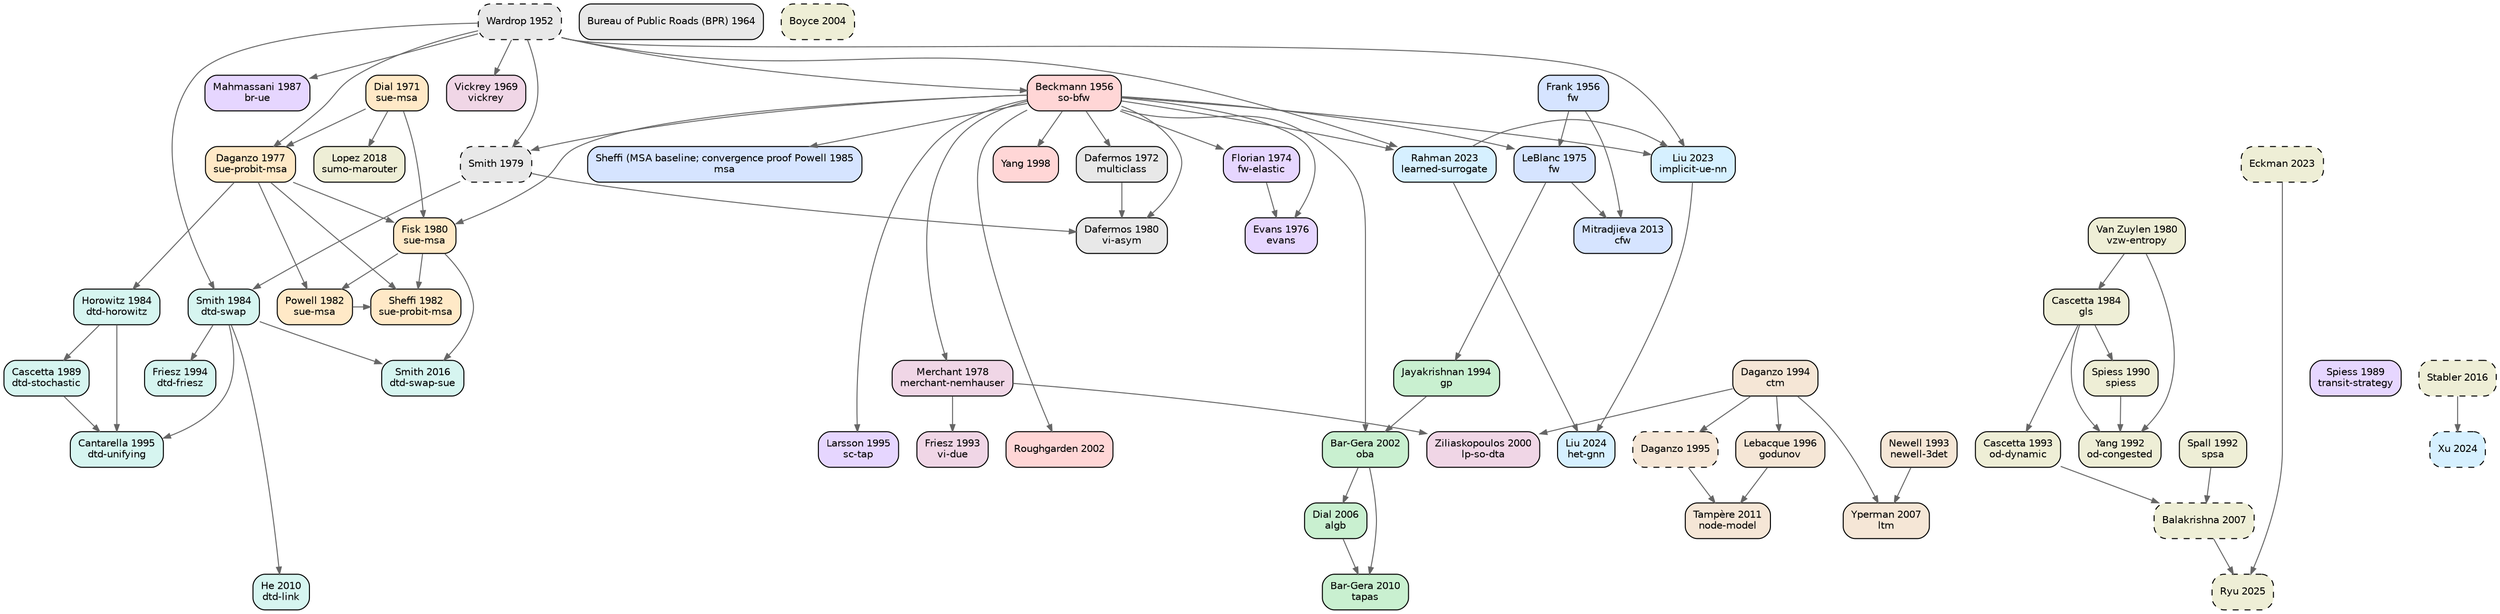
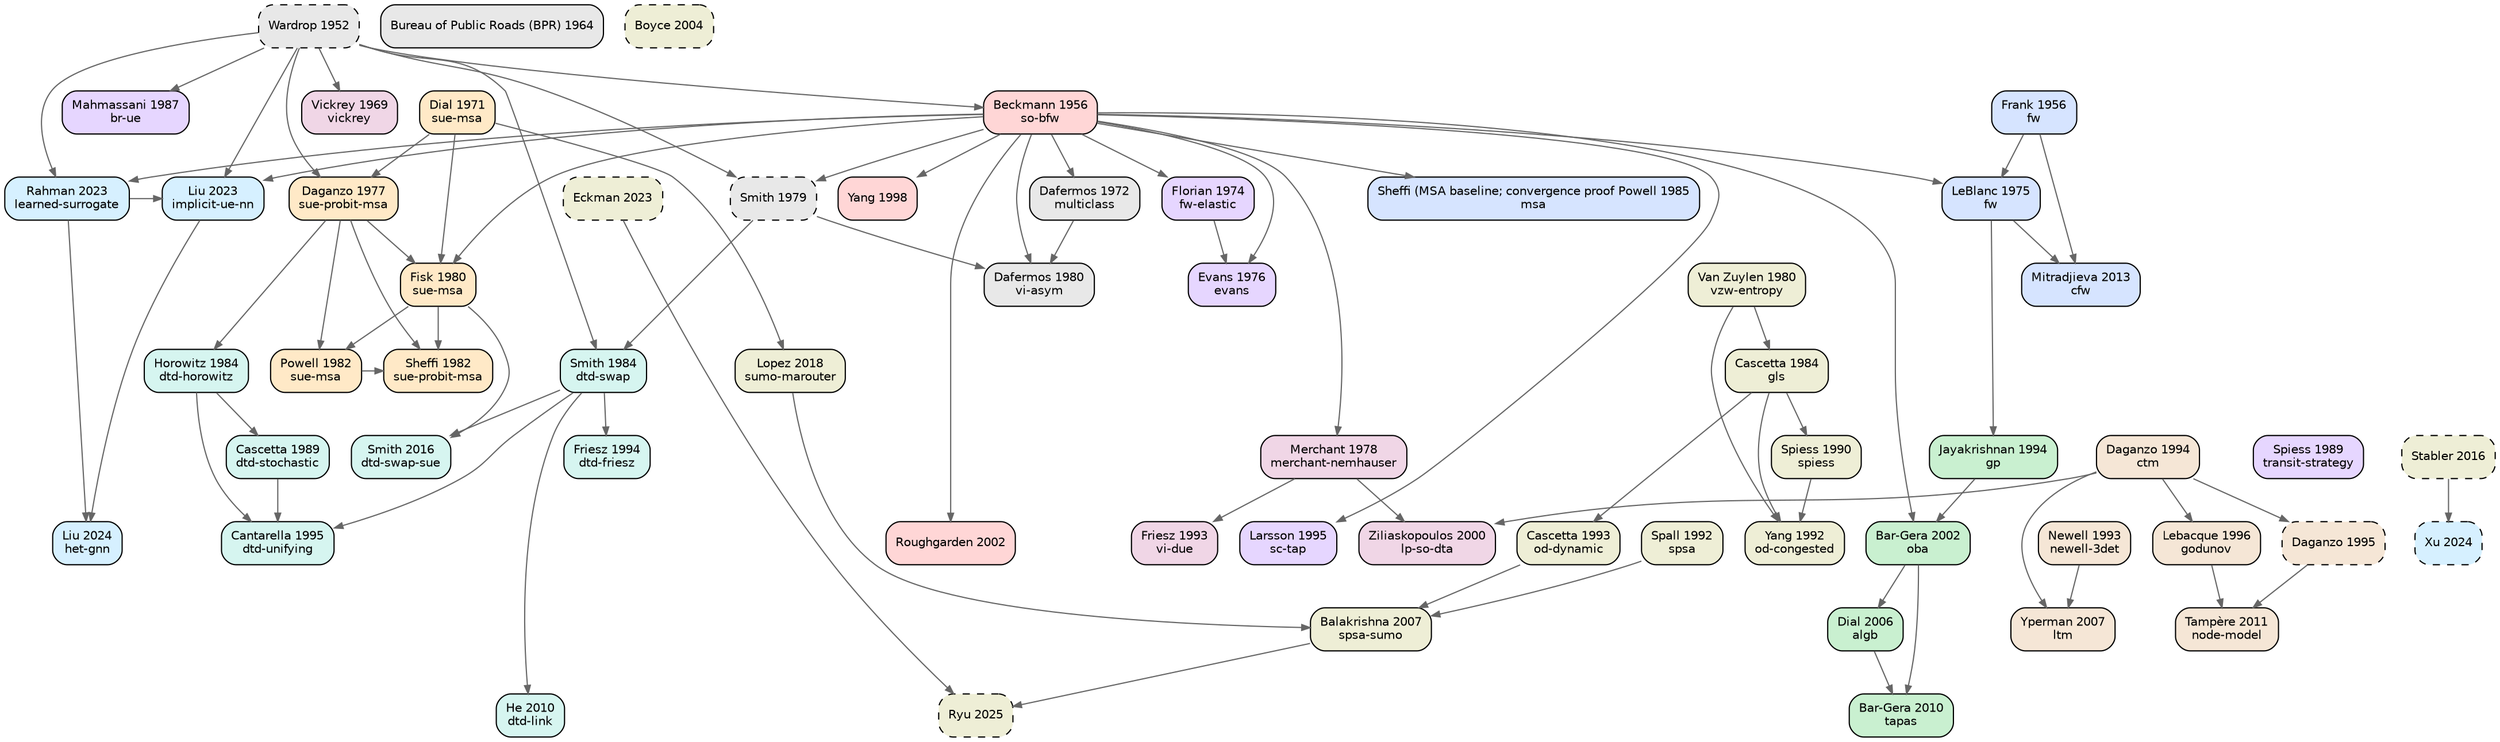
digraph TA_evolution {
  rankdir=TB; node [shape=box,style="rounded,filled",fontname="Helvetica",fontsize=10];
  edge [color="#666666",arrowsize=0.7];
  { rank=same; "wardrop1952some" }
  { rank=same; "frank1956algorithm" "beckmann1956studies" }
  { rank=same; "bpr1964traffic" }
  { rank=same; "vickrey1969congestion" }
  { rank=same; "dial1971probabilistic" }
  { rank=same; "dafermos1972traffic" }
  { rank=same; "florian1974method" }
  { rank=same; "leblanc1975efficient" }
  { rank=same; "evans1976derivation" }
  { rank=same; "daganzo1977stochastic" }
  { rank=same; "merchant1978model" }
  { rank=same; "smith1979existence" }
  { rank=same; "dafermos1980traffic" "fisk1980some" "vanzuylen1980most" }
  { rank=same; "powell1982convergence" "sheffi1982algorithm" }
  { rank=same; "horowitz1984stability" "smith1984stability" "cascetta1984estimation" }
  { rank=same; "sheffi1985urban" }
  { rank=same; "mahmassani1987on" }
  { rank=same; "spiess1989optimal" "cascetta1989stochastic" }
  { rank=same; "spiess1990gradient" }
  { rank=same; "spall1992multivariate" "yang1992estimation" }
  { rank=same; "newell1993simplified" "friesz1993variational" "cascetta1993dynamic" }
  { rank=same; "jayakrishnan1994faster" "friesz1994daytoday" "daganzo1994cell" }
  { rank=same; "larsson1995augmented" "cantarella1995dynamic" "daganzo1995cell" }
  { rank=same; "lebacque1996godunov" }
  { rank=same; "yang1998principle" }
  { rank=same; "ziliaskopoulos2000linear" }
  { rank=same; "bargera2002origin" "roughgarden2002how" }
  { rank=same; "boyce2004convergence" }
  { rank=same; "dial2006path" }
  { rank=same; "yperman2007link" "balakrishna2007offline" }
  { rank=same; "bargera2010traffic" "he2010linkbased" }
  { rank=same; "tampere2011generic" }
  { rank=same; "mitradjieva2013stiff" }
  { rank=same; "smith2016routeswapping" "stabler2016transportation" }
  { rank=same; "lopez2018microscopic" }
  { rank=same; "liu2023end" "rahman2023data" "eckman2023simopt" }
  { rank=same; "liu2024end" "xu2024unified" }
  { rank=same; "ryu2025bo4mob" }
  "wardrop1952some" [label="Wardrop 1952\n",fillcolor="#e8e8e8",style="rounded,filled,dashed"];
  "bpr1964traffic" [label="Bureau of Public Roads (BPR) 1964\n",fillcolor="#e8e8e8",style="rounded,filled"];
  "dafermos1972traffic" [label="Dafermos 1972\nmulticlass",fillcolor="#e8e8e8",style="rounded,filled"];
  "smith1979existence" [label="Smith 1979\n",fillcolor="#e8e8e8",style="rounded,filled,dashed"];
  "dafermos1980traffic" [label="Dafermos 1980\nvi-asym",fillcolor="#e8e8e8",style="rounded,filled"];
  "frank1956algorithm" [label="Frank 1956\nfw",fillcolor="#d6e4ff",style="rounded,filled"];
  "leblanc1975efficient" [label="LeBlanc 1975\nfw",fillcolor="#d6e4ff",style="rounded,filled"];
  "sheffi1985urban" [label="Sheffi (MSA baseline; convergence proof Powell 1985\nmsa",fillcolor="#d6e4ff",style="rounded,filled"];
  "mitradjieva2013stiff" [label="Mitradjieva 2013\ncfw",fillcolor="#d6e4ff",style="rounded,filled"];
  "jayakrishnan1994faster" [label="Jayakrishnan 1994\ngp",fillcolor="#c9f0d0",style="rounded,filled"];
  "bargera2002origin" [label="Bar-Gera 2002\noba",fillcolor="#c9f0d0",style="rounded,filled"];
  "dial2006path" [label="Dial 2006\nalgb",fillcolor="#c9f0d0",style="rounded,filled"];
  "bargera2010traffic" [label="Bar-Gera 2010\ntapas",fillcolor="#c9f0d0",style="rounded,filled"];
  "dial1971probabilistic" [label="Dial 1971\nsue-msa",fillcolor="#ffe9c7",style="rounded,filled"];
  "daganzo1977stochastic" [label="Daganzo 1977\nsue-probit-msa",fillcolor="#ffe9c7",style="rounded,filled"];
  "fisk1980some" [label="Fisk 1980\nsue-msa",fillcolor="#ffe9c7",style="rounded,filled"];
  "powell1982convergence" [label="Powell 1982\nsue-msa",fillcolor="#ffe9c7",style="rounded,filled"];
  "sheffi1982algorithm" [label="Sheffi 1982\nsue-probit-msa",fillcolor="#ffe9c7",style="rounded,filled"];
  "beckmann1956studies" [label="Beckmann 1956\nso-bfw",fillcolor="#ffd6d6",style="rounded,filled"];
  "yang1998principle" [label="Yang 1998\n",fillcolor="#ffd6d6",style="rounded,filled"];
  "roughgarden2002how" [label="Roughgarden 2002\n",fillcolor="#ffd6d6",style="rounded,filled"];
  "florian1974method" [label="Florian 1974\nfw-elastic",fillcolor="#e6d6ff",style="rounded,filled"];
  "evans1976derivation" [label="Evans 1976\nevans",fillcolor="#e6d6ff",style="rounded,filled"];
  "mahmassani1987on" [label="Mahmassani 1987\nbr-ue",fillcolor="#e6d6ff",style="rounded,filled"];
  "spiess1989optimal" [label="Spiess 1989\ntransit-strategy",fillcolor="#e6d6ff",style="rounded,filled"];
  "larsson1995augmented" [label="Larsson 1995\nsc-tap",fillcolor="#e6d6ff",style="rounded,filled"];
  "horowitz1984stability" [label="Horowitz 1984\ndtd-horowitz",fillcolor="#d6f5f0",style="rounded,filled"];
  "smith1984stability" [label="Smith 1984\ndtd-swap",fillcolor="#d6f5f0",style="rounded,filled"];
  "cascetta1989stochastic" [label="Cascetta 1989\ndtd-stochastic",fillcolor="#d6f5f0",style="rounded,filled"];
  "friesz1994daytoday" [label="Friesz 1994\ndtd-friesz",fillcolor="#d6f5f0",style="rounded,filled"];
  "cantarella1995dynamic" [label="Cantarella 1995\ndtd-unifying",fillcolor="#d6f5f0",style="rounded,filled"];
  "he2010linkbased" [label="He 2010\ndtd-link",fillcolor="#d6f5f0",style="rounded,filled"];
  "smith2016routeswapping" [label="Smith 2016\ndtd-swap-sue",fillcolor="#d6f5f0",style="rounded,filled"];
  "newell1993simplified" [label="Newell 1993\nnewell-3det",fillcolor="#f5e6d6",style="rounded,filled"];
  "daganzo1994cell" [label="Daganzo 1994\nctm",fillcolor="#f5e6d6",style="rounded,filled"];
  "daganzo1995cell" [label="Daganzo 1995\n",fillcolor="#f5e6d6",style="rounded,filled,dashed"];
  "lebacque1996godunov" [label="Lebacque 1996\ngodunov",fillcolor="#f5e6d6",style="rounded,filled"];
  "yperman2007link" [label="Yperman 2007\nltm",fillcolor="#f5e6d6",style="rounded,filled"];
  "tampere2011generic" [label="Tampère 2011\nnode-model",fillcolor="#f5e6d6",style="rounded,filled"];
  "vickrey1969congestion" [label="Vickrey 1969\nvickrey",fillcolor="#f0d6e6",style="rounded,filled"];
  "merchant1978model" [label="Merchant 1978\nmerchant-nemhauser",fillcolor="#f0d6e6",style="rounded,filled"];
  "friesz1993variational" [label="Friesz 1993\nvi-due",fillcolor="#f0d6e6",style="rounded,filled"];
  "ziliaskopoulos2000linear" [label="Ziliaskopoulos 2000\nlp-so-dta",fillcolor="#f0d6e6",style="rounded,filled"];
  "liu2023end" [label="Liu 2023\nimplicit-ue-nn",fillcolor="#d6f0ff",style="rounded,filled"];
  "rahman2023data" [label="Rahman 2023\nlearned-surrogate",fillcolor="#d6f0ff",style="rounded,filled"];
  "liu2024end" [label="Liu 2024\nhet-gnn",fillcolor="#d6f0ff",style="rounded,filled"];
  "xu2024unified" [label="Xu 2024\n",fillcolor="#d6f0ff",style="rounded,filled,dashed"];
  "vanzuylen1980most" [label="Van Zuylen 1980\nvzw-entropy",fillcolor="#eeeed6",style="rounded,filled"];
  "cascetta1984estimation" [label="Cascetta 1984\ngls",fillcolor="#eeeed6",style="rounded,filled"];
  "spiess1990gradient" [label="Spiess 1990\nspiess",fillcolor="#eeeed6",style="rounded,filled"];
  "spall1992multivariate" [label="Spall 1992\nspsa",fillcolor="#eeeed6",style="rounded,filled"];
  "yang1992estimation" [label="Yang 1992\nod-congested",fillcolor="#eeeed6",style="rounded,filled"];
  "cascetta1993dynamic" [label="Cascetta 1993\nod-dynamic",fillcolor="#eeeed6",style="rounded,filled"];
  "boyce2004convergence" [label="Boyce 2004\n",fillcolor="#eeeed6",style="rounded,filled,dashed"];
-   "balakrishna2007offline" [label="Balakrishna 2007\n",fillcolor="#eeeed6",style="rounded,filled,dashed"];
+   "balakrishna2007offline" [label="Balakrishna 2007\nspsa-sumo",fillcolor="#eeeed6",style="rounded,filled"];
  "stabler2016transportation" [label="Stabler 2016\n",fillcolor="#eeeed6",style="rounded,filled,dashed"];
  "eckman2023simopt" [label="Eckman 2023\n",fillcolor="#eeeed6",style="rounded,filled,dashed"];
  "ryu2025bo4mob" [label="Ryu 2025\n",fillcolor="#eeeed6",style="rounded,filled,dashed"];
  "lopez2018microscopic" [label="Lopez 2018\nsumo-marouter",fillcolor="#eeeed6",style="rounded,filled"];
  "beckmann1956studies" -> "dafermos1972traffic";
  "wardrop1952some" -> "smith1979existence";
  "beckmann1956studies" -> "smith1979existence";
  "smith1979existence" -> "dafermos1980traffic";
  "beckmann1956studies" -> "dafermos1980traffic";
  "dafermos1972traffic" -> "dafermos1980traffic";
  "frank1956algorithm" -> "leblanc1975efficient";
  "beckmann1956studies" -> "leblanc1975efficient";
  "beckmann1956studies" -> "sheffi1985urban";
  "leblanc1975efficient" -> "mitradjieva2013stiff";
  "frank1956algorithm" -> "mitradjieva2013stiff";
  "leblanc1975efficient" -> "jayakrishnan1994faster";
  "jayakrishnan1994faster" -> "bargera2002origin";
  "beckmann1956studies" -> "bargera2002origin";
  "bargera2002origin" -> "dial2006path";
  "dial2006path" -> "bargera2010traffic";
  "bargera2002origin" -> "bargera2010traffic";
  "dial1971probabilistic" -> "daganzo1977stochastic";
  "wardrop1952some" -> "daganzo1977stochastic";
  "daganzo1977stochastic" -> "fisk1980some";
  "dial1971probabilistic" -> "fisk1980some";
  "beckmann1956studies" -> "fisk1980some";
  "fisk1980some" -> "powell1982convergence";
  "daganzo1977stochastic" -> "powell1982convergence";
  "daganzo1977stochastic" -> "sheffi1982algorithm";
  "powell1982convergence" -> "sheffi1982algorithm";
  "fisk1980some" -> "sheffi1982algorithm";
  "wardrop1952some" -> "beckmann1956studies";
  "beckmann1956studies" -> "yang1998principle";
  "beckmann1956studies" -> "roughgarden2002how";
  "beckmann1956studies" -> "florian1974method";
  "beckmann1956studies" -> "evans1976derivation";
  "florian1974method" -> "evans1976derivation";
  "wardrop1952some" -> "mahmassani1987on";
  "beckmann1956studies" -> "larsson1995augmented";
  "daganzo1977stochastic" -> "horowitz1984stability";
  "smith1979existence" -> "smith1984stability";
  "wardrop1952some" -> "smith1984stability";
  "horowitz1984stability" -> "cascetta1989stochastic";
  "smith1984stability" -> "friesz1994daytoday";
  "cascetta1989stochastic" -> "cantarella1995dynamic";
  "smith1984stability" -> "cantarella1995dynamic";
  "horowitz1984stability" -> "cantarella1995dynamic";
  "smith1984stability" -> "he2010linkbased";
  "smith1984stability" -> "smith2016routeswapping";
  "fisk1980some" -> "smith2016routeswapping";
  "daganzo1994cell" -> "daganzo1995cell";
  "daganzo1994cell" -> "lebacque1996godunov";
  "newell1993simplified" -> "yperman2007link";
  "daganzo1994cell" -> "yperman2007link";
  "daganzo1995cell" -> "tampere2011generic";
  "lebacque1996godunov" -> "tampere2011generic";
  "wardrop1952some" -> "vickrey1969congestion";
  "beckmann1956studies" -> "merchant1978model";
  "merchant1978model" -> "friesz1993variational";
  "merchant1978model" -> "ziliaskopoulos2000linear";
  "daganzo1994cell" -> "ziliaskopoulos2000linear";
  "rahman2023data" -> "liu2023end";
  "beckmann1956studies" -> "liu2023end";
  "wardrop1952some" -> "liu2023end";
  "wardrop1952some" -> "rahman2023data";
  "beckmann1956studies" -> "rahman2023data";
  "rahman2023data" -> "liu2024end";
  "liu2023end" -> "liu2024end";
  "stabler2016transportation" -> "xu2024unified";
  "vanzuylen1980most" -> "cascetta1984estimation";
  "cascetta1984estimation" -> "spiess1990gradient";
  "cascetta1984estimation" -> "yang1992estimation";
  "spiess1990gradient" -> "yang1992estimation";
  "vanzuylen1980most" -> "yang1992estimation";
  "cascetta1984estimation" -> "cascetta1993dynamic";
  "spall1992multivariate" -> "balakrishna2007offline";
  "cascetta1993dynamic" -> "balakrishna2007offline";
+   "lopez2018microscopic" -> "balakrishna2007offline";
  "eckman2023simopt" -> "ryu2025bo4mob";
  "balakrishna2007offline" -> "ryu2025bo4mob";
  "dial1971probabilistic" -> "lopez2018microscopic";
}
